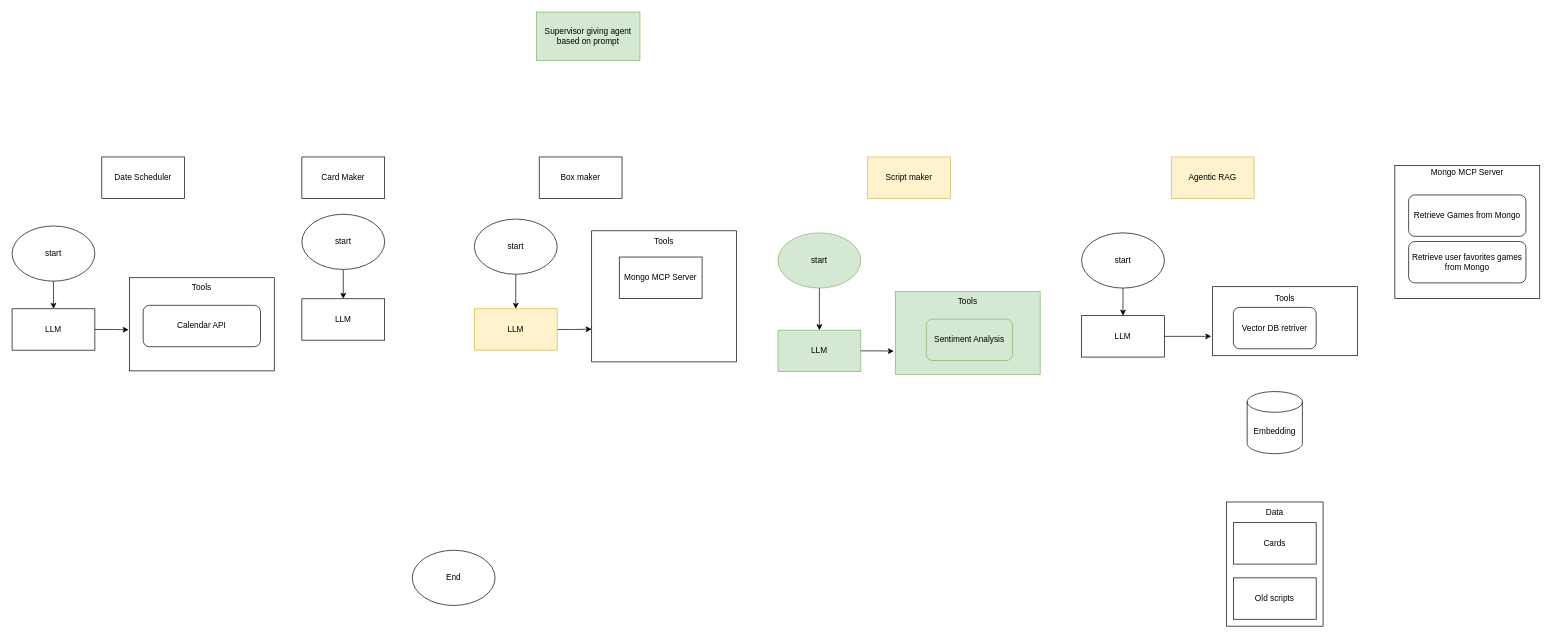
The draw.io diagram liz.drawio in SewoNN/liz, before the edit. Source tidied: cells renumbered, new cells numbered last; positions are measured from the earlier drawing's top-left corner, leaving out a move shared by most shapes. Both pictures are drawn from the tidied source at 69%, with x=0, y=0 at pixel (12, 12).
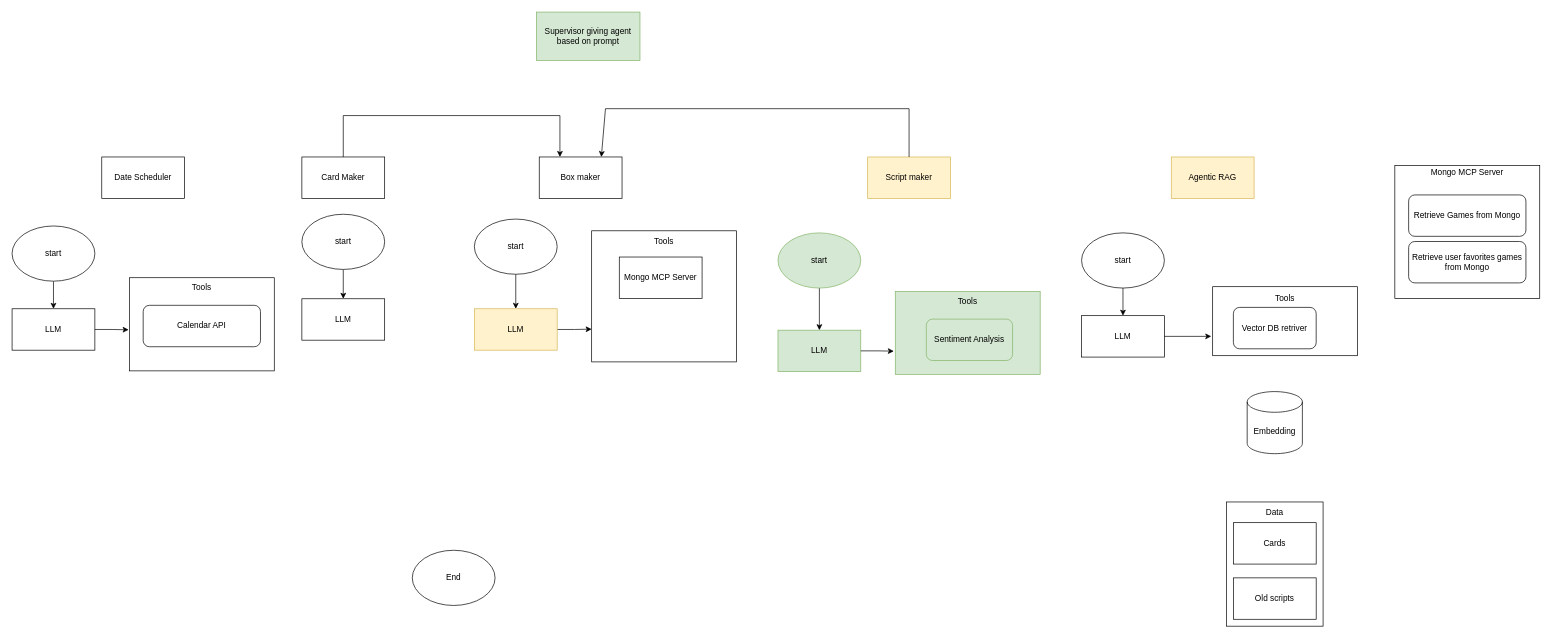
After the change.

Unchanged cells that the change refers to:
```xml
<mxCell id="6" value="Script maker" style="rounded=0;whiteSpace=wrap;html=1;fillColor=#fff2cc;strokeColor=#d6b656;" parent="1" vertex="1">
  <mxGeometry x="1240" y="210" width="120" height="60" as="geometry" />
</mxCell>
<mxCell id="8" value="Box maker" style="rounded=0;whiteSpace=wrap;html=1;" parent="1" vertex="1">
  <mxGeometry x="764" y="210" width="120" height="60" as="geometry" />
</mxCell>
<mxCell id="24" value="Card Maker" style="rounded=0;whiteSpace=wrap;html=1;" parent="1" vertex="1">
  <mxGeometry x="420" y="210" width="120" height="60" as="geometry" />
</mxCell>
```

Diff of the diagram source:
```diff
@@
+    <mxCell id="49" style="endArrow=classic;html=1;rounded=0;exitX=0.5;exitY=0;exitDx=0;exitDy=0;entryX=0.25;entryY=0;entryDx=0;entryDy=0;" parent="1" edge="1" source="24" target="8">
+      <mxGeometry relative="1" as="geometry">
+        <Array as="points">
+          <mxPoint x="480" y="150" />
+          <mxPoint x="794" y="150" />
+        </Array>
+      </mxGeometry>
+    </mxCell>
+    <mxCell id="50" style="endArrow=classic;html=1;rounded=0;exitX=0.5;exitY=0;exitDx=0;exitDy=0;entryX=0.75;entryY=0;entryDx=0;entryDy=0;" parent="1" edge="1" source="6" target="8">
+      <mxGeometry relative="1" as="geometry">
+        <Array as="points">
+          <mxPoint x="1300" y="140" />
+          <mxPoint x="860" y="140" />
+        </Array>
+      </mxGeometry>
+    </mxCell>
```
